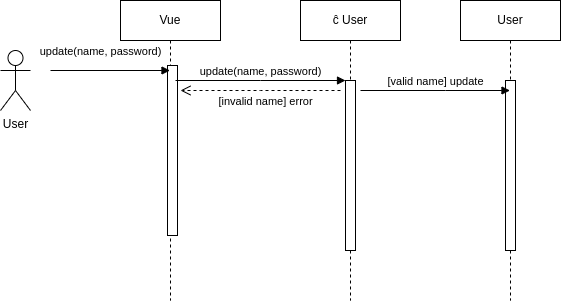
Above: docs/diagrams/sequence_account_modify.drawio.png in julienbrs/Werewolves-Game-App (draw.io), before the change. Source tidied: cells renumbered, new cells last; positions are measured from the earlier drawing's top-left corner, leaving out a move shared by most shapes.
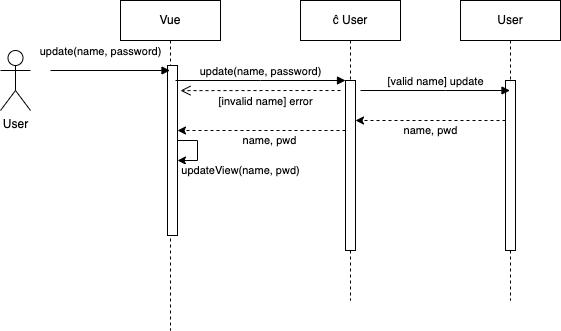
Later version of the same file.

Commit message:
fixed settings page & update sequence diagram

Diff of the diagram source:
```diff
@@ -3,11 +3,19 @@
     <mxCell id="0" />
     <mxCell id="1" parent="0" />
     <mxCell id="2" value="Vue" style="shape=umlLifeline;perimeter=lifelinePerimeter;whiteSpace=wrap;html=1;outlineConnect=0;portConstraint=eastwest;newEdgeStyle={&quot;edgeStyle&quot;:&quot;elbowEdgeStyle&quot;,&quot;elbow&quot;:&quot;vertical&quot;,&quot;curved&quot;:0,&quot;rounded&quot;:0};" parent="1" vertex="1">
-      <mxGeometry x="120" width="100" height="300" as="geometry" />
+      <mxGeometry x="120" width="100" height="330" as="geometry" />
     </mxCell>
     <mxCell id="3" style="html=1;points=[];perimeter=orthogonalPerimeter;outlineConnect=0;targetShapes=umlLifeline;portConstraint=eastwest;newEdgeStyle={&quot;edgeStyle&quot;:&quot;elbowEdgeStyle&quot;,&quot;elbow&quot;:&quot;vertical&quot;,&quot;curved&quot;:0,&quot;rounded&quot;:0};" parent="2" vertex="1">
       <mxGeometry x="47" y="65" width="10" height="170" as="geometry" />
     </mxCell>
+    <mxCell id="13" style="edgeStyle=elbowEdgeStyle;html=1;elbow=vertical;curved=0;rounded=0;" parent="2" edge="1" source="3" target="3">
+      <mxGeometry relative="1" as="geometry" />
+    </mxCell>
+    <mxCell id="14" value="updateView(name, pwd)" style="edgeLabel;html=1;align=center;verticalAlign=middle;" parent="13" vertex="1">
+      <mxGeometry x="0.5" relative="1" as="geometry">
+        <mxPoint x="48" y="10" as="offset" />
+      </mxGeometry>
+    </mxCell>
     <mxCell id="4" value="ĉ User" style="shape=umlLifeline;perimeter=lifelinePerimeter;whiteSpace=wrap;html=1;newEdgeStyle={&quot;edgeStyle&quot;:&quot;elbowEdgeStyle&quot;,&quot;elbow&quot;:&quot;vertical&quot;,&quot;curved&quot;:0,&quot;rounded&quot;:0};" parent="1" vertex="1">
       <mxGeometry x="300" width="100" height="300" as="geometry" />
     </mxCell>
@@ -53,5 +61,29 @@
         <mxPoint x="180" y="90" as="targetPoint" />
       </mxGeometry>
     </mxCell>
+    <mxCell id="15" style="edgeStyle=elbowEdgeStyle;html=1;elbow=horizontal;curved=0;rounded=0;dashed=1;" parent="1" edge="1" source="8" target="5">
+      <mxGeometry relative="1" as="geometry">
+        <Array as="points">
+          <mxPoint x="430" y="120" />
+        </Array>
+      </mxGeometry>
+    </mxCell>
+    <mxCell id="16" value="name, pwd" style="edgeLabel;html=1;align=center;verticalAlign=middle;" parent="15" vertex="1">
+      <mxGeometry x="-0.15" relative="1" as="geometry">
+        <mxPoint x="-11" y="10" as="offset" />
+      </mxGeometry>
+    </mxCell>
+    <mxCell id="17" style="edgeStyle=elbowEdgeStyle;html=1;elbow=vertical;curved=0;rounded=0;dashed=1;" parent="1" edge="1" source="5" target="3">
+      <mxGeometry relative="1" as="geometry">
+        <Array as="points">
+          <mxPoint x="250" y="130" />
+        </Array>
+      </mxGeometry>
+    </mxCell>
+    <mxCell id="18" value="name, pwd" style="edgeLabel;html=1;align=center;verticalAlign=middle;" parent="17" vertex="1">
+      <mxGeometry x="-0.08" y="1" relative="1" as="geometry">
+        <mxPoint y="9" as="offset" />
+      </mxGeometry>
+    </mxCell>
   </root>
 </mxGraphModel>
```
